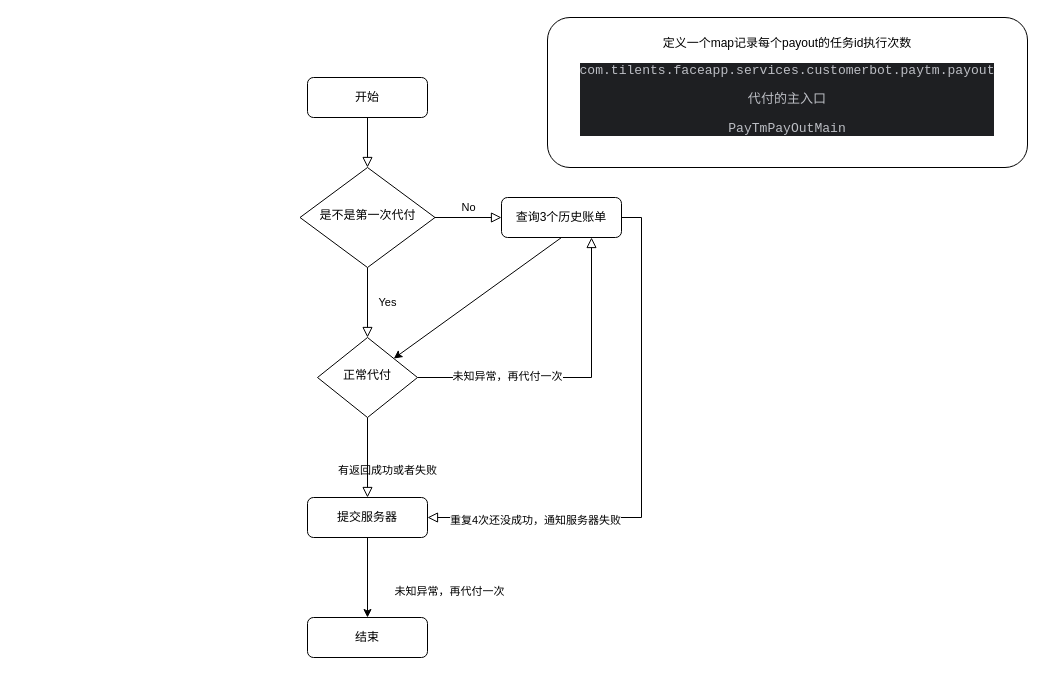
Before: Doc/IfeyDoc/Payout/PaytmPayou.drawio in HappinessGlobal/kakadoc, a draw.io diagram. Source tidied: cells renumbered, new cells numbered last; positions are measured from the earlier drawing's top-left corner, leaving out a move shared by most shapes. Both pictures are drawn from the tidied source at 100%, with x=0, y=0 at pixel (299, 17).
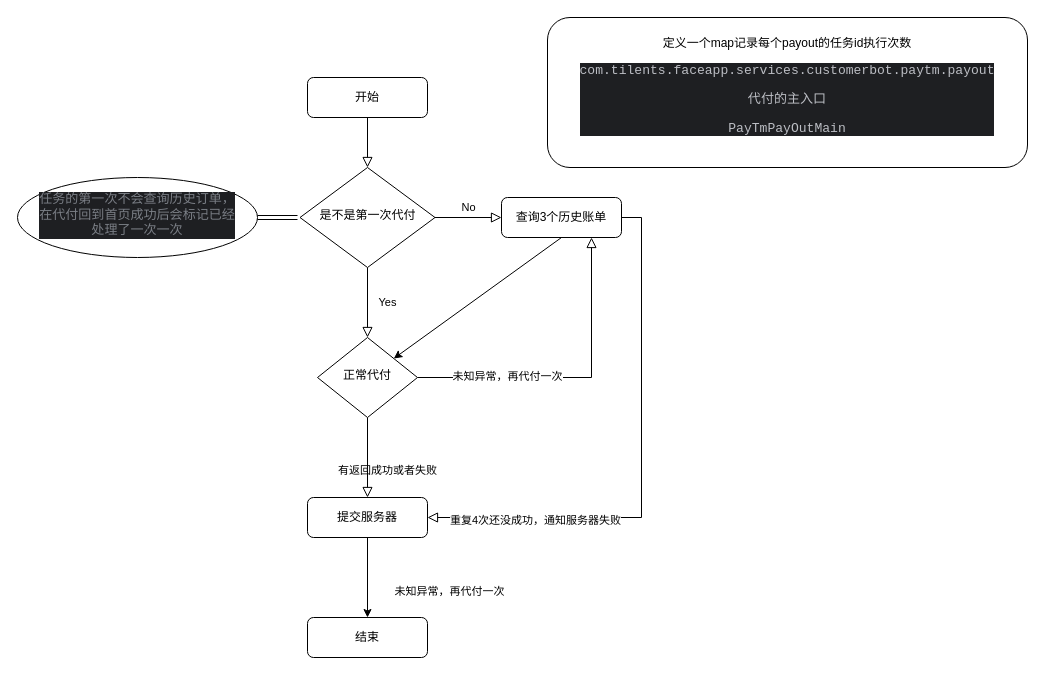
The same page after the edit.

What changed in the source:
```diff
@@
-<mxGraphModel>
+<mxGraphModel background="light-dark(#FFFFFF,#000000)">
@@
+    <mxCell id="20" value="&lt;div style=&quot;background-color: rgb(30, 31, 34); color: rgb(188, 190, 196);&quot;&gt;&lt;pre style=&quot;font-family:'宋体',monospace;font-size:9.8pt;&quot;&gt;&lt;span style=&quot;color: rgb(122, 126, 133);&quot;&gt;任务的第一次不会查询历史订单，&lt;br/&gt;在代付回到首页成功后会标记已经&lt;br/&gt;处理了一次一次&lt;/span&gt;&lt;/pre&gt;&lt;/div&gt;" style="ellipse;whiteSpace=wrap;html=1;shadow=0;strokeWidth=1;spacing=6;spacingTop=-4;" parent="1" vertex="1">
+      <mxGeometry x="-282" y="160" width="240" height="80" as="geometry" />
+    </mxCell>
+    <mxCell id="21" style="shape=link;html=1;rounded=0;" parent="1" edge="1">
+      <mxGeometry relative="1" as="geometry">
+        <mxPoint x="-42" y="200" as="sourcePoint" />
+        <mxPoint x="-2" y="200" as="targetPoint" />
+      </mxGeometry>
+    </mxCell>
```
